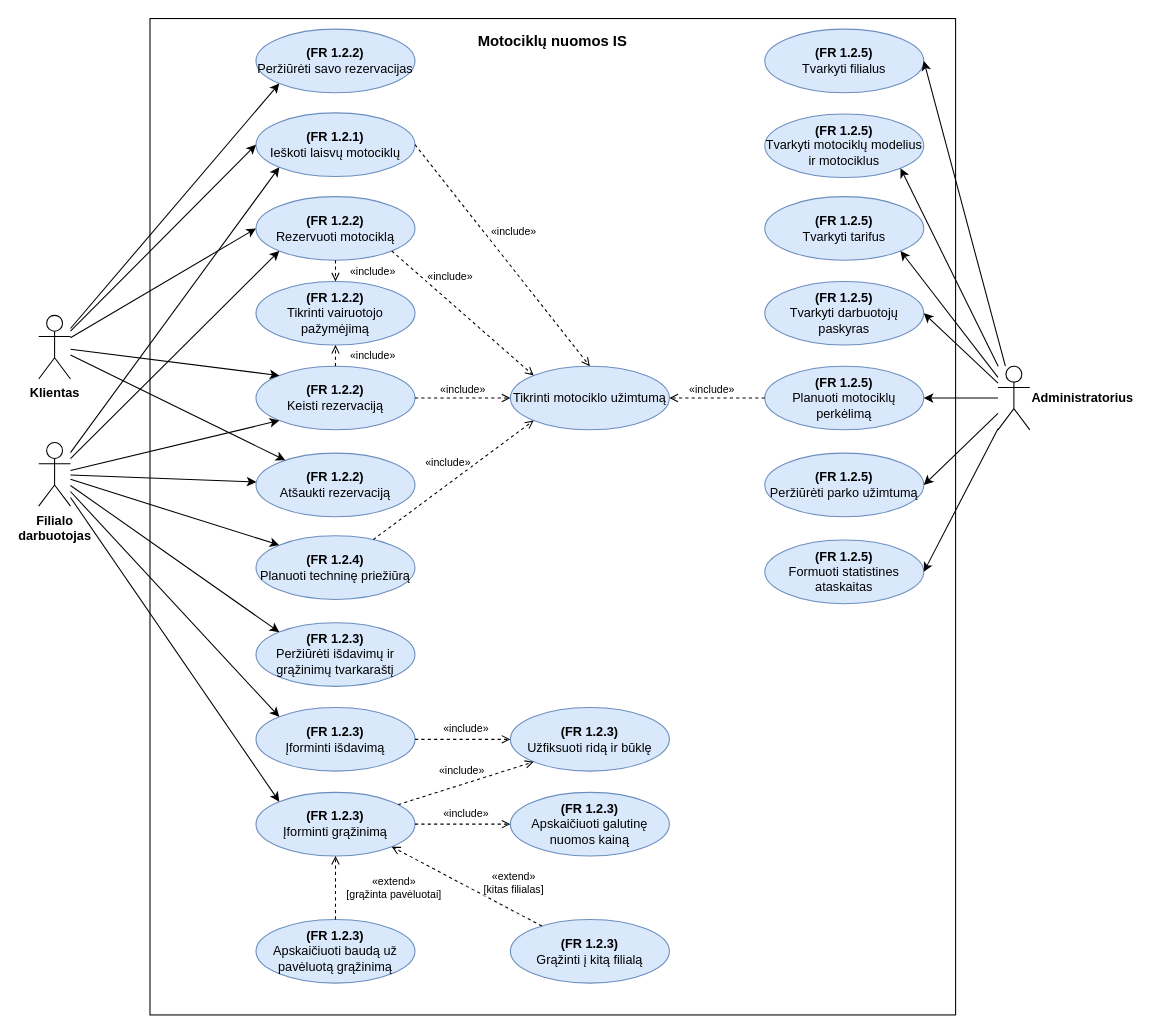
The draw.io diagram artefaktai/07-panaudos-atvejai.drawio in dimabreeze/VU-IGDS-GrupineUzduotis, before the edit. Source tidied: cells renumbered, new cells numbered last; positions are measured from the earlier drawing's top-left corner, leaving out a move shared by most shapes. Both pictures are drawn from the tidied source at 106%, with x=0, y=0 at pixel (38, 18).
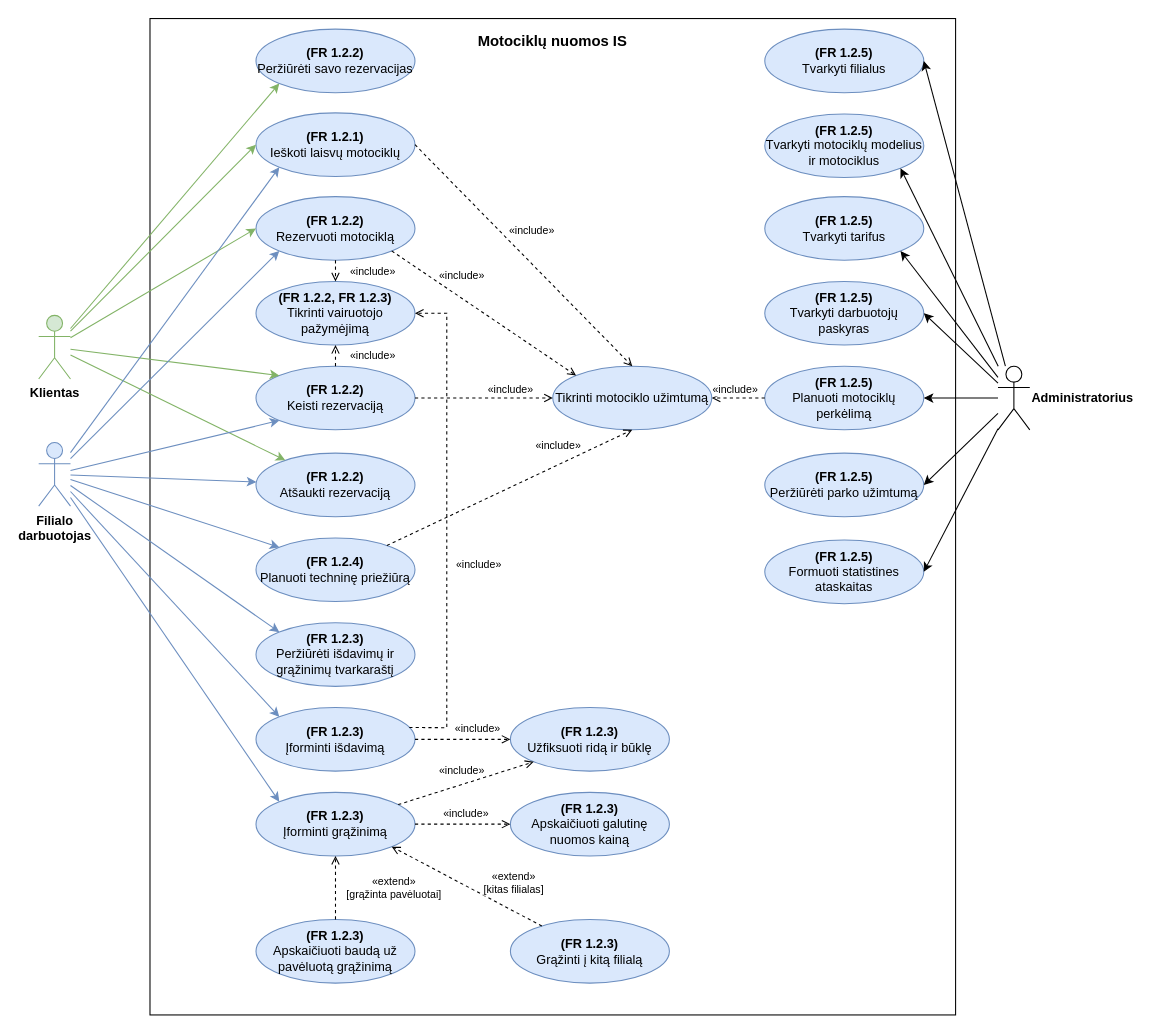
Above is the later version.

The change refers to these unchanged cells:
```xml
<mxCell id="3" value="&lt;b&gt;(FR 1.2.2)&lt;/b&gt;&lt;br&gt;Peržiūrėti savo rezervacijas" style="ellipse;whiteSpace=wrap;html=1;fillColor=#dae8fc;strokeColor=#6c8ebf;fontSize=12;" parent="1" vertex="1">
  <mxGeometry x="205" y="10" width="150" height="60" as="geometry" />
</mxCell>
<mxCell id="4" value="&lt;b&gt;(FR 1.2.1)&lt;/b&gt;&lt;br&gt;Ieškoti laisvų motociklų" style="ellipse;whiteSpace=wrap;html=1;fillColor=#dae8fc;strokeColor=#6c8ebf;fontSize=12;" parent="1" vertex="1">
  <mxGeometry x="205" y="89" width="150" height="60" as="geometry" />
</mxCell>
<mxCell id="5" value="&lt;b&gt;(FR 1.2.2)&lt;/b&gt;&lt;br&gt;Rezervuoti motociklą" style="ellipse;whiteSpace=wrap;html=1;fillColor=#dae8fc;strokeColor=#6c8ebf;fontSize=12;" parent="1" vertex="1">
  <mxGeometry x="205" y="168" width="150" height="60" as="geometry" />
</mxCell>
<mxCell id="7" value="&lt;b&gt;(FR 1.2.2)&lt;/b&gt;&lt;br&gt;Keisti rezervaciją" style="ellipse;whiteSpace=wrap;html=1;fillColor=#dae8fc;strokeColor=#6c8ebf;fontSize=12;" parent="1" vertex="1">
  <mxGeometry x="205" y="328" width="150" height="60" as="geometry" />
</mxCell>
<mxCell id="8" value="&lt;b&gt;(FR 1.2.2)&lt;/b&gt;&lt;br&gt;Atšaukti rezervaciją" style="ellipse;whiteSpace=wrap;html=1;fillColor=#dae8fc;strokeColor=#6c8ebf;fontSize=12;" parent="1" vertex="1">
  <mxGeometry x="205" y="410" width="150" height="60" as="geometry" />
</mxCell>
<mxCell id="10" value="&lt;b&gt;(FR 1.2.3)&lt;/b&gt;&lt;br&gt;Peržiūrėti išdavimų ir grąžinimų tvarkaraštį" style="ellipse;whiteSpace=wrap;html=1;fillColor=#dae8fc;strokeColor=#6c8ebf;fontSize=12;" parent="1" vertex="1">
  <mxGeometry x="205" y="570" width="150" height="60" as="geometry" />
</mxCell>
<mxCell id="11" value="&lt;b&gt;(FR 1.2.3)&lt;/b&gt;&lt;br&gt;Įforminti išdavimą" style="ellipse;whiteSpace=wrap;html=1;fillColor=#dae8fc;strokeColor=#6c8ebf;fontSize=12;" parent="1" vertex="1">
  <mxGeometry x="205" y="650" width="150" height="60" as="geometry" />
</mxCell>
<mxCell id="12" value="&lt;b&gt;(FR 1.2.3)&lt;/b&gt;&lt;br&gt;Įforminti grąžinimą" style="ellipse;whiteSpace=wrap;html=1;fillColor=#dae8fc;strokeColor=#6c8ebf;fontSize=12;" parent="1" vertex="1">
  <mxGeometry x="205" y="730" width="150" height="60" as="geometry" />
</mxCell>
<mxCell id="15" value="&lt;b&gt;(FR 1.2.3)&lt;/b&gt;&lt;br&gt;Užfiksuoti ridą ir būklę" style="ellipse;whiteSpace=wrap;html=1;fillColor=#dae8fc;strokeColor=#6c8ebf;fontSize=12;" parent="1" vertex="1">
  <mxGeometry x="445" y="650" width="150" height="60" as="geometry" />
</mxCell>
```

Change to the diagram source:
```diff
@@
-    <mxCell id="6" value="&lt;b&gt;(FR 1.2.2)&lt;/b&gt;&lt;br&gt;Tikrinti vairuotojo pažymėjimą" style="ellipse;whiteSpace=wrap;html=1;fillColor=#dae8fc;strokeColor=#6c8ebf;fontSize=12;" parent="1" vertex="1">
+    <mxCell id="6" value="&lt;b&gt;(FR 1.2.2, FR 1.2.3)&lt;/b&gt;&lt;br&gt;Tikrinti vairuotojo pažymėjimą" style="ellipse;whiteSpace=wrap;html=1;fillColor=#dae8fc;strokeColor=#6c8ebf;fontSize=12;" parent="1" vertex="1">
       <mxGeometry x="205" y="248" width="150" height="60" as="geometry" />
     </mxCell>
@@
     <mxCell id="9" value="&lt;b&gt;(FR 1.2.4)&lt;/b&gt;&lt;br&gt;Planuoti techninę priežiūrą" style="ellipse;whiteSpace=wrap;html=1;fillColor=#dae8fc;strokeColor=#6c8ebf;fontSize=12;" parent="1" vertex="1">
-      <mxGeometry x="205" y="488" width="150" height="60" as="geometry" />
+      <mxGeometry x="205" y="490" width="150" height="60" as="geometry" />
     </mxCell>
@@
     <mxCell id="14" value="Tikrinti motociklo užimtumą" style="ellipse;whiteSpace=wrap;html=1;fillColor=#dae8fc;strokeColor=#6c8ebf;fontSize=12;" parent="1" vertex="1">
-      <mxGeometry x="445" y="328" width="150" height="60" as="geometry" />
+      <mxGeometry x="485" y="328" width="150" height="60" as="geometry" />
     </mxCell>
@@
-    <mxCell id="24" value="Klientas" style="shape=umlActor;verticalLabelPosition=bottom;verticalAlign=top;html=1;outlineConnect=0;fontSize=12;fontStyle=1;" parent="1" vertex="1">
+    <mxCell id="24" value="Klientas" style="shape=umlActor;verticalLabelPosition=bottom;verticalAlign=top;html=1;outlineConnect=0;fontSize=12;fontStyle=1;fillColor=#d5e8d4;strokeColor=#82b366;" parent="1" vertex="1">
       <mxGeometry y="280" width="30" height="60" as="geometry" />
     </mxCell>
-    <mxCell id="25" value="Filialo&lt;br&gt;darbuotojas" style="shape=umlActor;verticalLabelPosition=bottom;verticalAlign=top;html=1;outlineConnect=0;fontSize=12;fontStyle=1;" parent="1" vertex="1">
+    <mxCell id="25" value="Filialo&lt;br&gt;darbuotojas" style="shape=umlActor;verticalLabelPosition=bottom;verticalAlign=top;html=1;outlineConnect=0;fontSize=12;fontStyle=1;fillColor=#dae8fc;strokeColor=#6c8ebf;" parent="1" vertex="1">
       <mxGeometry y="400" width="30" height="60" as="geometry" />
     </mxCell>
@@
-    <mxCell id="27" style="endArrow=classic;endFill=1;html=1;rounded=0;entryX=0;entryY=1;entryDx=0;entryDy=0;" parent="1" edge="1" source="24" target="3">
+    <mxCell id="27" style="endArrow=classic;endFill=1;html=1;rounded=0;entryX=0;entryY=1;entryDx=0;entryDy=0;fillColor=#d5e8d4;strokeColor=#82b366;" parent="1" edge="1" source="24" target="3">
       <mxGeometry relative="1" as="geometry" />
     </mxCell>
-    <mxCell id="28" style="endArrow=classic;endFill=1;html=1;rounded=0;entryX=0;entryY=0.5;entryDx=0;entryDy=0;" parent="1" edge="1" source="24" target="4">
+    <mxCell id="28" style="endArrow=classic;endFill=1;html=1;rounded=0;entryX=0;entryY=0.5;entryDx=0;entryDy=0;fillColor=#d5e8d4;strokeColor=#82b366;" parent="1" edge="1" source="24" target="4">
       <mxGeometry relative="1" as="geometry" />
     </mxCell>
-    <mxCell id="29" style="endArrow=classic;endFill=1;html=1;rounded=0;entryX=0;entryY=0.5;entryDx=0;entryDy=0;" parent="1" edge="1" source="24" target="5">
+    <mxCell id="29" style="endArrow=classic;endFill=1;html=1;rounded=0;entryX=0;entryY=0.5;entryDx=0;entryDy=0;fillColor=#d5e8d4;strokeColor=#82b366;" parent="1" edge="1" source="24" target="5">
       <mxGeometry relative="1" as="geometry" />
     </mxCell>
-    <mxCell id="30" style="endArrow=classic;endFill=1;html=1;rounded=0;entryX=0;entryY=0;entryDx=0;entryDy=0;" parent="1" edge="1" source="24" target="7">
+    <mxCell id="30" style="endArrow=classic;endFill=1;html=1;rounded=0;entryX=0;entryY=0;entryDx=0;entryDy=0;fillColor=#d5e8d4;strokeColor=#82b366;" parent="1" edge="1" source="24" target="7">
       <mxGeometry relative="1" as="geometry" />
     </mxCell>
-    <mxCell id="31" style="endArrow=classic;endFill=1;html=1;rounded=0;" parent="1" edge="1" source="24" target="8">
+    <mxCell id="31" style="endArrow=classic;endFill=1;html=1;rounded=0;fillColor=#d5e8d4;strokeColor=#82b366;" parent="1" edge="1" source="24" target="8">
       <mxGeometry relative="1" as="geometry" />
     </mxCell>
-    <mxCell id="32" style="endArrow=classic;endFill=1;html=1;rounded=0;entryX=0;entryY=1;entryDx=0;entryDy=0;" parent="1" edge="1" source="25" target="4">
+    <mxCell id="32" style="endArrow=classic;endFill=1;html=1;rounded=0;entryX=0;entryY=1;entryDx=0;entryDy=0;fillColor=#dae8fc;strokeColor=#6c8ebf;" parent="1" edge="1" source="25" target="4">
       <mxGeometry relative="1" as="geometry" />
     </mxCell>
-    <mxCell id="33" style="endArrow=classic;endFill=1;html=1;rounded=0;entryX=0;entryY=1;entryDx=0;entryDy=0;" parent="1" edge="1" source="25" target="5">
+    <mxCell id="33" style="endArrow=classic;endFill=1;html=1;rounded=0;entryX=0;entryY=1;entryDx=0;entryDy=0;fillColor=#dae8fc;strokeColor=#6c8ebf;" parent="1" edge="1" source="25" target="5">
       <mxGeometry relative="1" as="geometry" />
     </mxCell>
-    <mxCell id="34" style="endArrow=classic;endFill=1;html=1;rounded=0;entryX=0;entryY=1;entryDx=0;entryDy=0;" parent="1" edge="1" source="25" target="7">
+    <mxCell id="34" style="endArrow=classic;endFill=1;html=1;rounded=0;entryX=0;entryY=1;entryDx=0;entryDy=0;fillColor=#dae8fc;strokeColor=#6c8ebf;" parent="1" edge="1" source="25" target="7">
       <mxGeometry relative="1" as="geometry" />
     </mxCell>
-    <mxCell id="35" style="endArrow=classic;endFill=1;html=1;rounded=0;" parent="1" edge="1" source="25" target="8">
+    <mxCell id="35" style="endArrow=classic;endFill=1;html=1;rounded=0;fillColor=#dae8fc;strokeColor=#6c8ebf;" parent="1" edge="1" source="25" target="8">
       <mxGeometry relative="1" as="geometry" />
     </mxCell>
-    <mxCell id="36" style="endArrow=classic;endFill=1;html=1;rounded=0;entryX=0;entryY=0;entryDx=0;entryDy=0;" parent="1" edge="1" source="25" target="9">
+    <mxCell id="36" style="endArrow=classic;endFill=1;html=1;rounded=0;entryX=0;entryY=0;entryDx=0;entryDy=0;fillColor=#dae8fc;strokeColor=#6c8ebf;" parent="1" edge="1" source="25" target="9">
       <mxGeometry relative="1" as="geometry" />
     </mxCell>
-    <mxCell id="37" style="endArrow=classic;endFill=1;html=1;rounded=0;entryX=0;entryY=0;entryDx=0;entryDy=0;" parent="1" edge="1" source="25" target="10">
+    <mxCell id="37" style="endArrow=classic;endFill=1;html=1;rounded=0;entryX=0;entryY=0;entryDx=0;entryDy=0;fillColor=#dae8fc;strokeColor=#6c8ebf;" parent="1" edge="1" source="25" target="10">
       <mxGeometry relative="1" as="geometry" />
     </mxCell>
-    <mxCell id="38" style="endArrow=classic;endFill=1;html=1;rounded=0;entryX=0;entryY=0;entryDx=0;entryDy=0;" parent="1" edge="1" source="25" target="11">
+    <mxCell id="38" style="endArrow=classic;endFill=1;html=1;rounded=0;entryX=0;entryY=0;entryDx=0;entryDy=0;fillColor=#dae8fc;strokeColor=#6c8ebf;" parent="1" edge="1" source="25" target="11">
       <mxGeometry relative="1" as="geometry" />
     </mxCell>
-    <mxCell id="39" style="endArrow=classic;endFill=1;html=1;rounded=0;entryX=0;entryY=0;entryDx=0;entryDy=0;" parent="1" edge="1" source="25" target="12">
+    <mxCell id="39" style="endArrow=classic;endFill=1;html=1;rounded=0;entryX=0;entryY=0;entryDx=0;entryDy=0;fillColor=#dae8fc;strokeColor=#6c8ebf;" parent="1" edge="1" source="25" target="12">
       <mxGeometry relative="1" as="geometry" />
     </mxCell>
@@
     <mxCell id="48" value="«include»" style="endArrow=open;endFill=0;dashed=1;html=1;rounded=0;fontSize=10;labelBackgroundColor=#ffffff;" parent="1" edge="1" source="7" target="14">
-      <mxGeometry y="8" relative="1" as="geometry" />
+      <mxGeometry x="0.38" y="8" relative="1" as="geometry" />
     </mxCell>
-    <mxCell id="49" value="«include»" style="endArrow=open;endFill=0;dashed=1;html=1;rounded=0;fontSize=10;labelBackgroundColor=#ffffff;entryX=0;entryY=1;entryDx=0;entryDy=0;" parent="1" edge="1" source="9" target="14">
-      <mxGeometry x="0.06" y="16" relative="1" as="geometry" />
+    <mxCell id="49" value="«include»" style="endArrow=open;endFill=0;dashed=1;html=1;rounded=0;fontSize=10;labelBackgroundColor=#ffffff;entryX=0.5;entryY=1;entryDx=0;entryDy=0;" parent="1" edge="1" source="9" target="14">
+      <mxGeometry x="0.45" y="16" relative="1" as="geometry" />
     </mxCell>
@@
     <mxCell id="52" value="«include»" style="endArrow=open;endFill=0;dashed=1;html=1;rounded=0;fontSize=10;labelBackgroundColor=#ffffff;" parent="1" edge="1" source="11" target="15">
-      <mxGeometry x="0.06" y="10" relative="1" as="geometry" />
+      <mxGeometry x="0.3" y="10" relative="1" as="geometry" />
     </mxCell>
@@
+    <mxCell id="60" value="«include»" style="endArrow=open;endFill=0;dashed=1;html=1;rounded=0;fontSize=10;labelBackgroundColor=#ffffff;exitX=1;exitY=0.3;exitDx=0;exitDy=0;entryX=1;entryY=0.5;entryDx=0;entryDy=0;" parent="1" edge="1" source="11" target="6">
+      <mxGeometry x="-0.17" y="-30" relative="1" as="geometry">
+        <Array as="points">
+          <mxPoint x="385" y="669" />
+          <mxPoint x="385" y="278" />
+        </Array>
+      </mxGeometry>
+    </mxCell>
```
